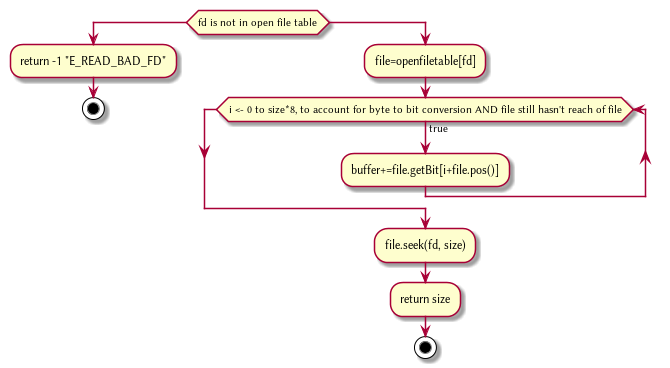
The PlantUML diagram Plant/FileREAD.png in HawaiinPizza/CIS-450-final-project, before a commit.
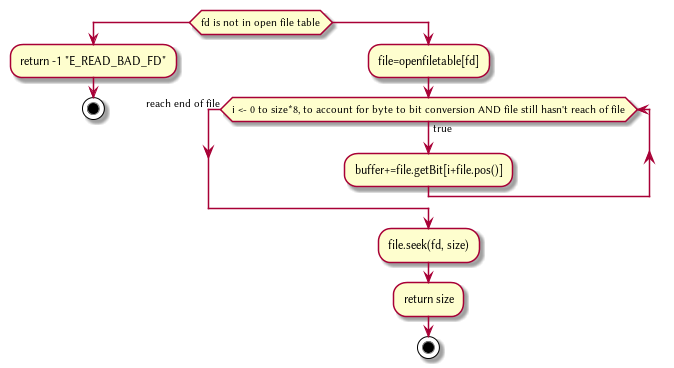
The same file after the commit.

Diff of the diagram source:
```diff
@@ -7,7 +7,7 @@
 	   while (i <- 0 to size*8, to account for byte to bit conversion AND file still hasn't reach of file) is (true)
 		   :buffer+=file.getBit[i+file.pos()];
 
-	   endwhile
+	   endwhile (reach end of file)
 	   :file.seek(fd, size);
 	   :return size;
 	   stop
```
